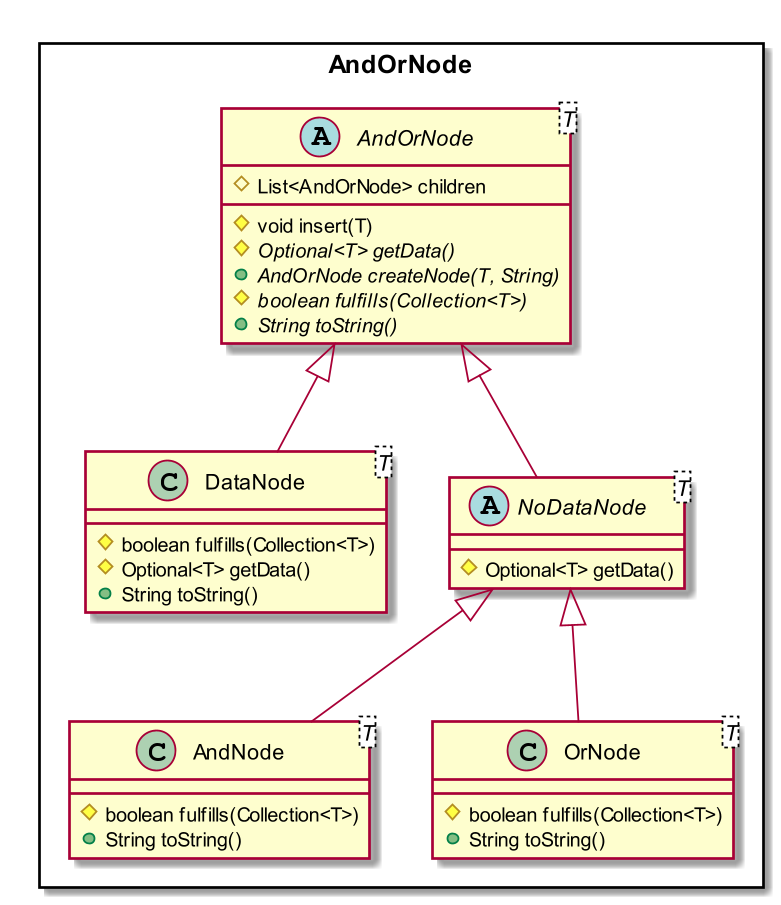
Before: docs/images/course-planner/AndOrNodeInheritanceClassDiagram.png, a diagram exported from PlantUML (nus-cs2103-AY1920S1/addressbook-level3).
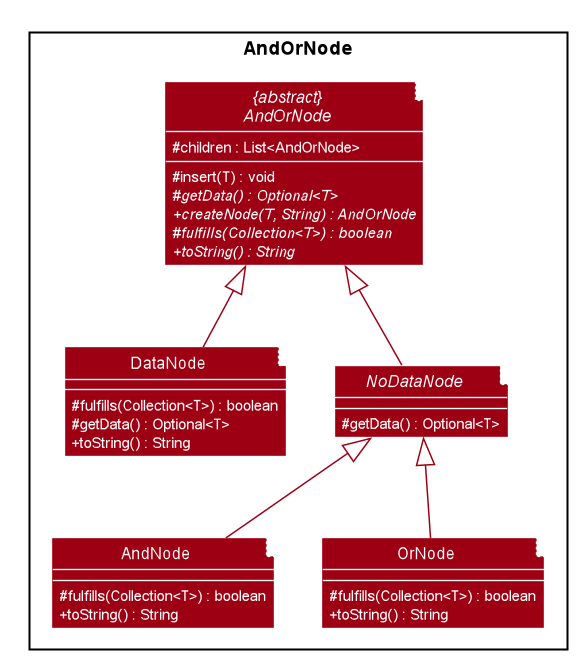
The same file after the commit.

Commit message:
Add navigation within document

Diff of the diagram source:
```diff
@@ -1,35 +1,97 @@
 @startuml
 
+
+
+
+
+
+
+
+skinparam BackgroundColor #FFFFFFF
+
+skinparam Shadowing false
+
+skinparam Class {
+    FontColor #FFFFFF
+    BorderThickness 1
+    BorderColor #FFFFFF
+    StereotypeFontColor #FFFFFF
+    FontName Arial
+    ClassAttributeFontColor #FFFFFFF
+}
+
+skinparam Actor {
+    BorderColor #000000
+    Color #000000
+    FontName Arial
+}
+
+skinparam Sequence {
+    MessageAlign center
+    BoxFontSize 15
+    BoxPadding 0
+    BoxFontColor #FFFFFF
+    FontName Arial
+}
+
+skinparam Participant {
+    FontColor #FFFFFFF
+    Padding 20
+}
+
+skinparam MinClassWidth 50
+skinparam ParticipantPadding 10
+skinparam Shadowing false
+skinparam DefaultTextAlignment center
+skinparam packageStyle Rectangle
+
+hide circle
+skinparam arrowThickness 1.1
+skinparam arrowColor #9D0012
+skinparam classBackgroundColor #9D0012
+skinparam classAttributeIconSize 0
+skinparam classAttributeFontColor #FFFFFFF
+
 Package AndOrNode <<Rectangle>> {
-    abstract class AndOrNode<T> {
-        # List<AndOrNode> children
-        # void insert(T)
-        # {abstract} Optional<T> getData()
-        + {abstract} AndOrNode createNode(T, String)
-        # {abstract} boolean fulfills(Collection<T>)
-        + {abstract} String toString()
-    }
-    class DataNode<T> {
-        # boolean fulfills(Collection<T>)
-        # Optional<T> getData()
-        + String toString()
-    }
-    abstract class NoDataNode<T> {
-        # Optional<T> getData()
-    }
-    class AndNode<T> {
-        # boolean fulfills(Collection<T>)
-        + String toString()
-    }
-    class OrNode<T> {
-        # boolean fulfills(Collection<T>)
-        + String toString()
-    }
+    Class "{abstract}\nAndOrNode<T>" as AndOrNode<T>
+    Class DataNode<T>
+    Class NoDataNode
+    Class AndNode
+    Class OrNode
+}
+
+
+abstract class AndOrNode<T> {
+    #children : List<AndOrNode>
+    #insert(T) : void
+    #getData() : Optional<T> {abstract}
+    +createNode(T, String) : AndOrNode {abstract}
+    #fulfills(Collection<T>) : boolean {abstract}
+    +toString() : String {abstract}
+}
+
+class DataNode<T> {
+    #fulfills(Collection<T>) : boolean
+    #getData() : Optional<T>
+    +toString() : String
+}
+
+abstract class NoDataNode<T> {
+    #getData() : Optional<T>
+}
+
+class AndNode<T> {
+    #fulfills(Collection<T>) : boolean
+    +toString() : String
+}
+
+class OrNode<T> {
+    #fulfills(Collection<T>) : boolean
+    +toString() : String
 }
 
 AndOrNode <|-- DataNode
 AndOrNode <|-- NoDataNode
 NoDataNode <|-- AndNode
 NoDataNode <|-- OrNode
-
 @enduml
```
